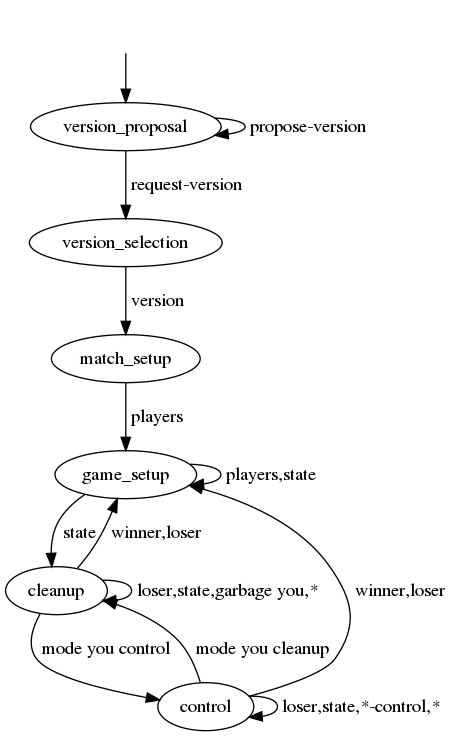
Above: protocol/control_flow.png in dmwit/maryodel (Graphviz), before the change. Its source is kept beside it as protocol/control_flow.dot.
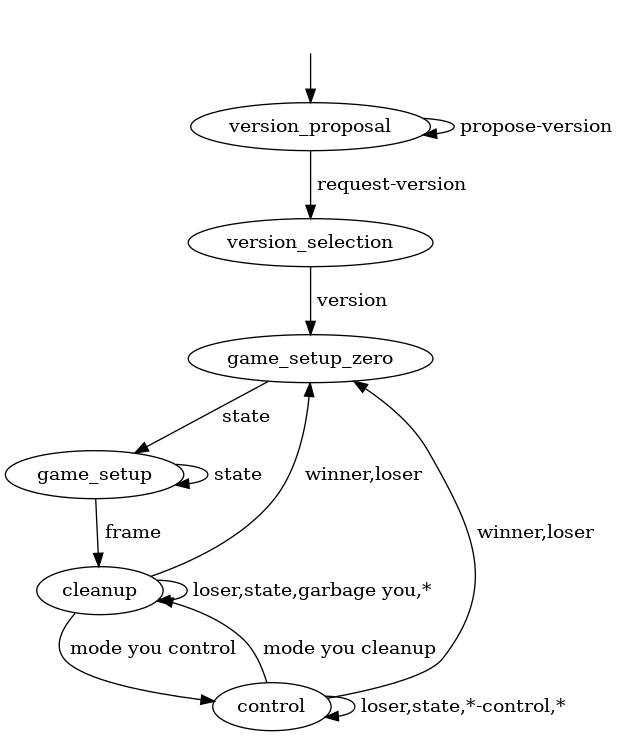
The same file after the commit.

What changed in the source:
```diff
@@ -3,14 +3,14 @@
 	start -> version_proposal;
 	version_proposal -> version_proposal [label=" propose-version"];
 	version_proposal -> version_selection [label=" request-version"];
-	version_selection -> match_setup [label=" version"];
-	match_setup -> game_setup [label=" players"];
-	game_setup -> game_setup [label=" players,state"];
-	game_setup -> cleanup [label=" state"];
+	version_selection -> game_setup_zero [label=" version"];
+	game_setup_zero -> game_setup [label=" state"];
+	game_setup -> game_setup [label=" state"];
+	game_setup -> cleanup [label=" frame"];
 	control -> cleanup [label=" mode you cleanup"];
 	cleanup -> control [label=" mode you control"];
 	control -> control [label=" loser,state,*-control,*"];
 	cleanup -> cleanup [label=" loser,state,garbage you,*"];
-	control -> game_setup [label=" winner,loser"];
-	cleanup -> game_setup [label=" winner,loser"];
+	control -> game_setup_zero [label=" winner,loser"];
+	cleanup -> game_setup_zero [label=" winner,loser"];
 }
```
